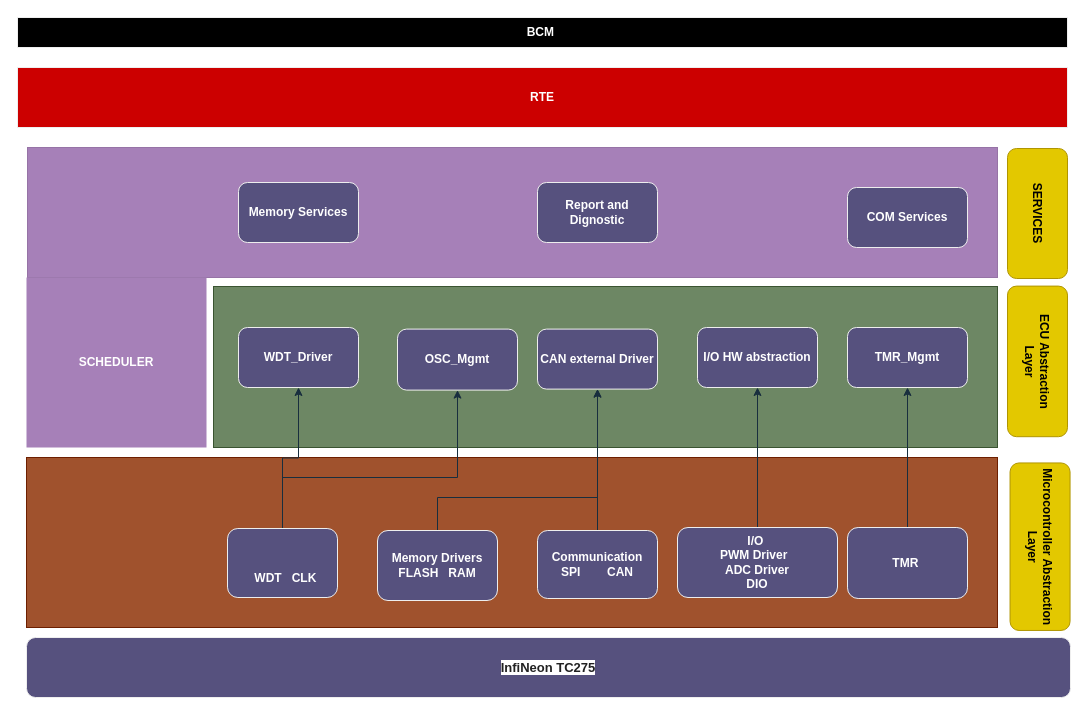
Above: page "Página-1" (1 of 2) of Diagrama sin título.drawio in juankcl/ContiDiagrams (draw.io), before the change. Source tidied: cells renumbered, new cells numbered last; positions are measured from the earlier drawing's top-left corner, leaving out a move shared by most shapes. Both pictures are drawn from the tidied source at 100%, with x=0, y=0 at pixel (17, 17).
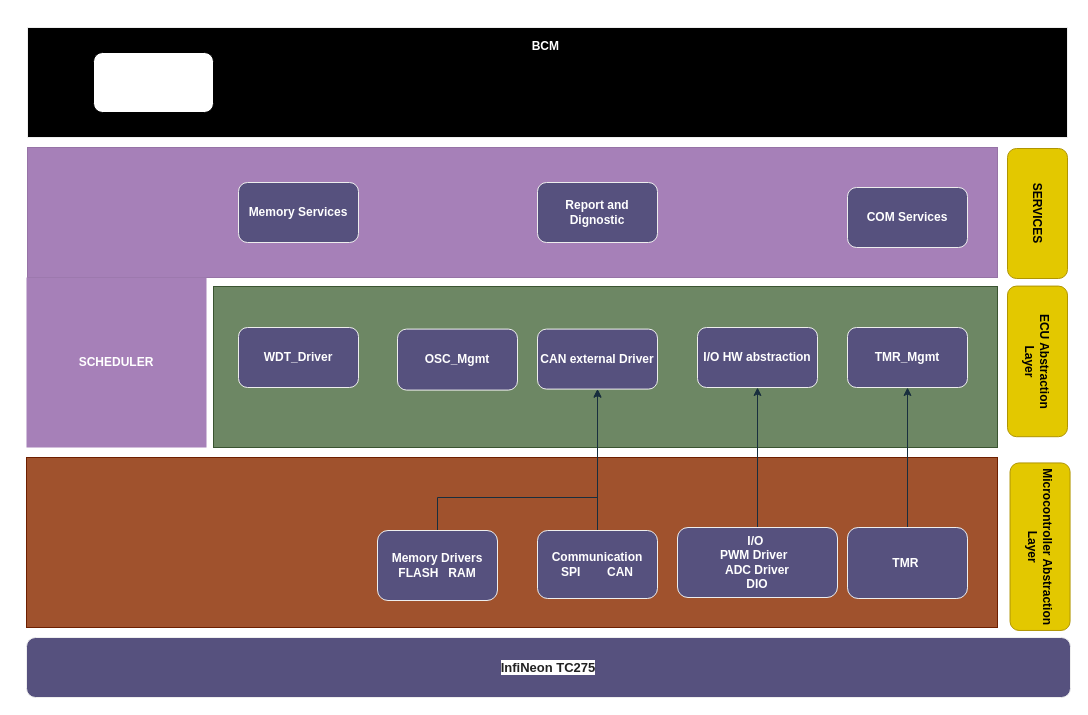
Above is the later version.

The change refers to these unchanged cells:
```xml
<mxCell id="21" value="OSC_Mgmt" style="rounded=1;whiteSpace=wrap;html=1;fillColor=#56517E;strokeColor=#EEEEEE;fontColor=#FFFFFF;fontStyle=1;" parent="1" vertex="1">
  <mxGeometry x="380" y="311.6" width="120" height="61" as="geometry" />
</mxCell>
<mxCell id="26" value="WDT_Driver" style="rounded=1;whiteSpace=wrap;html=1;fillColor=#56517E;strokeColor=#EEEEEE;fontColor=#FFFFFF;fontStyle=1;" parent="1" vertex="1">
  <mxGeometry x="221" y="310" width="120" height="60" as="geometry" />
</mxCell>
```

Diff of the diagram source:
```diff
@@
-    <mxCell id="2" value="&lt;span&gt;BCM&amp;nbsp;&lt;/span&gt;" style="rounded=0;whiteSpace=wrap;html=1;fillColor=#000000;strokeColor=#EEEEEE;fontColor=#FFFFFF;fontStyle=1;" parent="1" vertex="1">
-      <mxGeometry width="1050" height="30" as="geometry" />
+    <mxCell id="2" value="&lt;span&gt;BCM&amp;nbsp;&lt;br&gt;&lt;br&gt;&lt;br&gt;&lt;br&gt;&lt;br&gt;&lt;br&gt;&lt;/span&gt;" style="rounded=0;whiteSpace=wrap;html=1;fillColor=#000000;strokeColor=#EEEEEE;fontColor=#FFFFFF;fontStyle=1;" parent="1" vertex="1">
+      <mxGeometry x="10" y="10" width="1040" height="110" as="geometry" />
     </mxCell>
-    <mxCell id="3" value="RTE" style="rounded=0;whiteSpace=wrap;html=1;fillColor=#CC0000;strokeColor=#EEEEEE;fontColor=#FFFFFF;fontStyle=1;" parent="1" vertex="1">
-      <mxGeometry y="50" width="1050" height="60" as="geometry" />
-    </mxCell>
@@
-    <mxCell id="12" style="edgeStyle=orthogonalEdgeStyle;rounded=0;jettySize=auto;html=1;entryX=0.5;entryY=1;entryDx=0;entryDy=0;labelBackgroundColor=#FAD9D5;strokeColor=#182E3E;fontStyle=1;" parent="1" edge="1" source="14" target="26">
-      <mxGeometry relative="1" as="geometry" />
-    </mxCell>
-    <mxCell id="13" style="edgeStyle=orthogonalEdgeStyle;rounded=0;jettySize=auto;html=1;labelBackgroundColor=#FAD9D5;strokeColor=#182E3E;fontStyle=1;" parent="1" edge="1" source="14" target="21">
-      <mxGeometry relative="1" as="geometry">
-        <Array as="points">
-          <mxPoint x="265" y="460" />
-          <mxPoint x="440" y="460" />
-        </Array>
-      </mxGeometry>
-    </mxCell>
-    <mxCell id="14" value="&lt;br&gt;&lt;br&gt;&amp;nbsp; WDT&amp;nbsp; &amp;nbsp;CLK" style="rounded=1;whiteSpace=wrap;html=1;fillColor=#56517E;strokeColor=#EEEEEE;fontColor=#FFFFFF;fontStyle=1;" parent="1" vertex="1">
-      <mxGeometry x="210" y="511" width="110" height="69" as="geometry" />
-    </mxCell>
@@
+    <mxCell id="32" style="rounded=1;whiteSpace=wrap;html=1;" parent="1" vertex="1">
+      <mxGeometry x="76" y="35" width="120" height="60" as="geometry" />
+    </mxCell>
```
